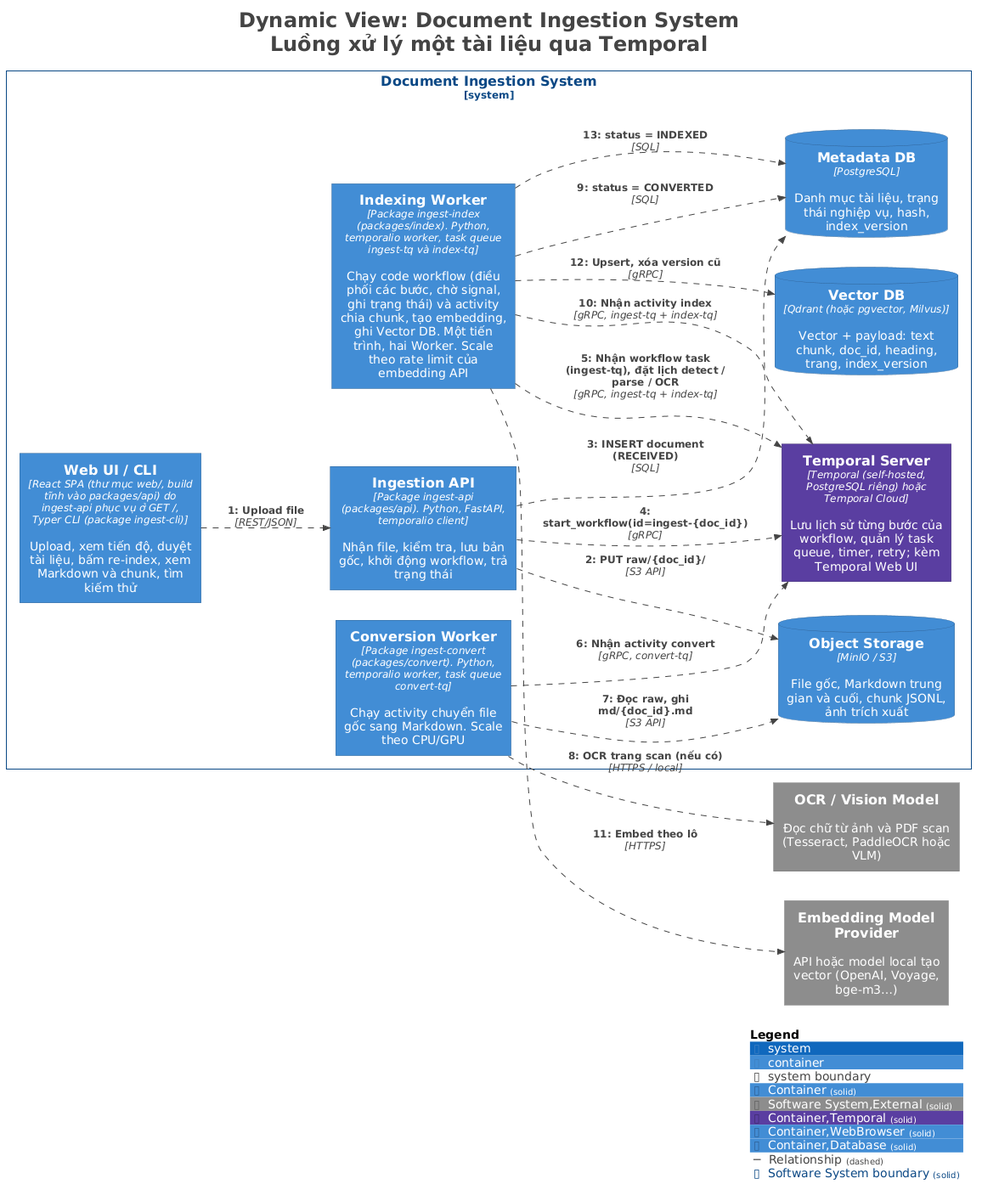
Above: docs/architecture/diagrams/L2-Flow-Ingestion.png in duypon2601/mdDocument (PlantUML), before the change.
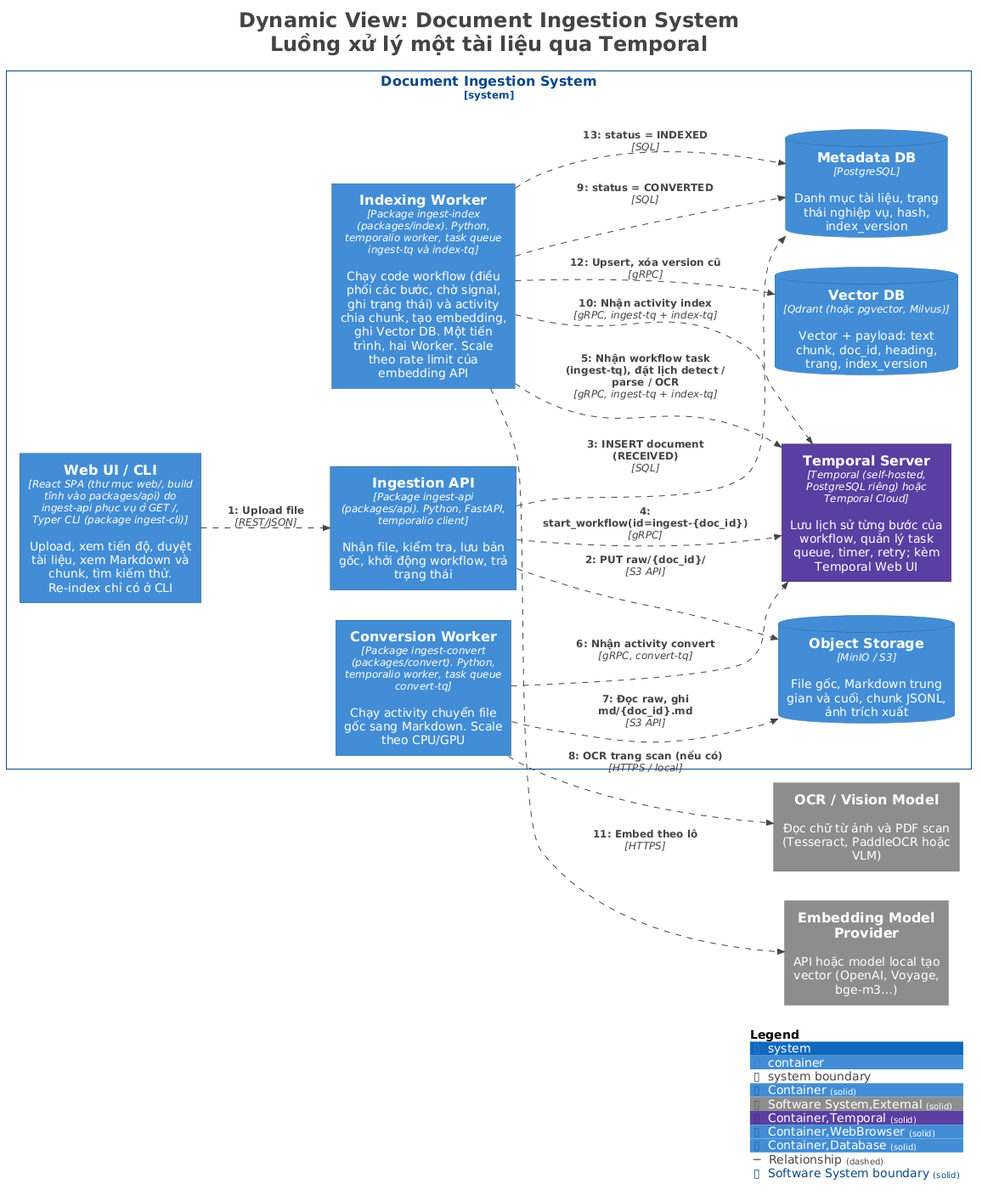
Above is the later version.

The edit, as a diff of the source:
```diff
@@ -32,7 +32,7 @@
   ContainerDb(DocumentIngestionSystem.ObjectStorage, "Object Storage", $techn="MinIO / S3", $descr="File gốc, Markdown trung gian và cuối, chunk JSONL, ảnh trích xuất", $tags="Container,Database", $link="")
   ContainerDb(DocumentIngestionSystem.MetadataDB, "Metadata DB", $techn="PostgreSQL", $descr="Danh mục tài liệu, trạng thái nghiệp vụ, hash, index_version", $tags="Container,Database", $link="")
   ContainerDb(DocumentIngestionSystem.VectorDB, "Vector DB", $techn="Qdrant (hoặc pgvector, Milvus)", $descr="Vector + payload: text chunk, doc_id, heading, trang, index_version", $tags="Container,Database", $link="")
-  Container(DocumentIngestionSystem.WebUICLI, "Web UI / CLI", $techn="React SPA (thư mục web/, build tĩnh vào packages/api) do ingest-api phục vụ ở GET /, Typer CLI (package ingest-cli)", $descr="Upload, xem tiến độ, duyệt tài liệu, bấm re-index, xem Markdown và chunk, tìm kiếm thử", $tags="Container,WebBrowser", $link="")
+  Container(DocumentIngestionSystem.WebUICLI, "Web UI / CLI", $techn="React SPA (thư mục web/, build tĩnh vào packages/api) do ingest-api phục vụ ở GET /, Typer CLI (package ingest-cli)", $descr="Upload, xem tiến độ, duyệt tài liệu, xem Markdown và chunk, tìm kiếm thử. Re-index chỉ có ở CLI", $tags="Container,WebBrowser", $link="")
   Container(DocumentIngestionSystem.IngestionAPI, "Ingestion API", $techn="Package ingest-api (packages/api). Python, FastAPI, temporalio client", $descr="Nhận file, kiểm tra, lưu bản gốc, khởi động workflow, trả trạng thái", $tags="Container", $link="")
 }
 
```
